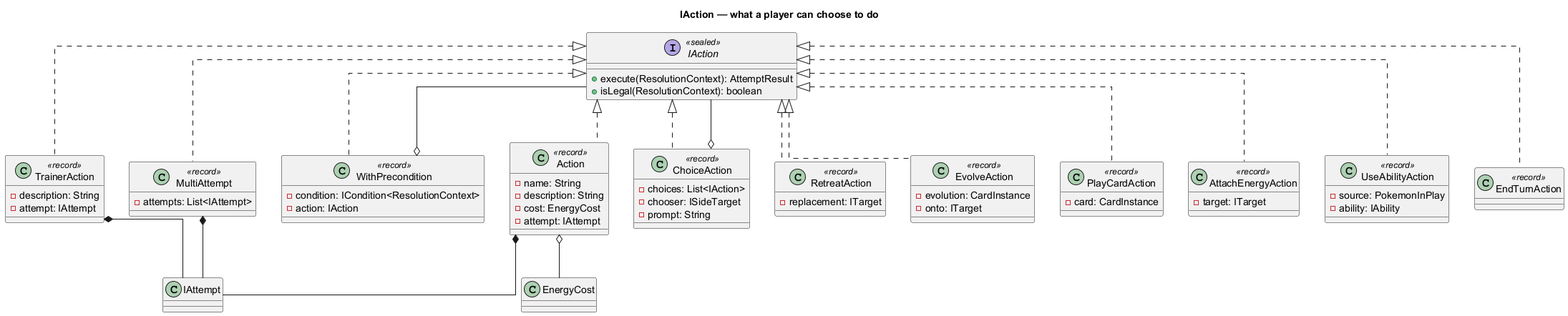
The PlantUML diagram docs/UML/Images/IAction.png in Richie-Moon/TCGPocketBattler, before a commit. Source of this version:
```plantuml
@startuml
title IAction — what a player can choose to do

skinparam linetype ortho

interface IAction <<sealed>> {
    + execute(ResolutionContext): AttemptResult
    + isLegal(ResolutionContext): boolean
}


class Action <<record>> implements IAction {
    - name: String
    - description: String
    - cost: EnergyCost
    - attempt: IAttempt
}

class TrainerAction <<record>> implements IAction {
    - description: String
    - attempt: IAttempt
}


class WithPrecondition <<record>> implements IAction {
    - condition: ICondition<ResolutionContext>
    - action: IAction
}

class MultiAttempt <<record>> implements IAction {
    - attempts: List<IAttempt>
}

class ChoiceAction <<record>> implements IAction {
    - choices: List<IAction>
    - chooser: ISideTarget
    - prompt: String
}


class RetreatAction <<record>> implements IAction {
    - replacement: ITarget
}

class EvolveAction <<record>> implements IAction {
    - evolution: CardInstance
    - onto: ITarget
}

class PlayCardAction <<record>> implements IAction {
    - card: CardInstance
}

class AttachEnergyAction <<record>> implements IAction {
    - target: ITarget
}

class UseAbilityAction <<record>> implements IAction {
    - source: PokemonInPlay
    - ability: IAbility
}

class EndTurnAction <<record>> implements IAction {}

Action *-- IAttempt
Action o-- EnergyCost
TrainerAction *-- IAttempt
WithPrecondition o-- IAction
MultiAttempt *-- IAttempt
ChoiceAction o-- IAction

@enduml
```
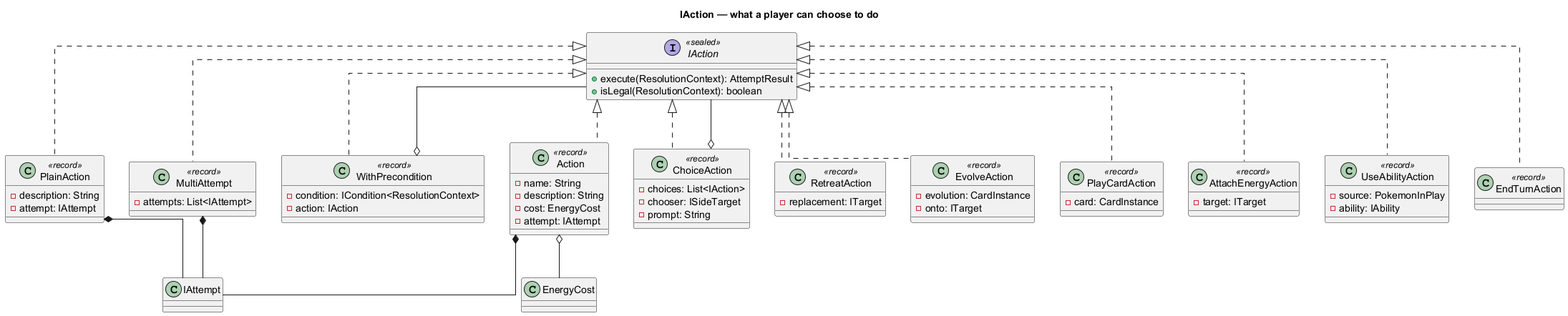
The same file after the commit.

Commit message:
refactor: Rename TrainerAction to PlainAction

Diff of the diagram source:
```diff
@@ -16,7 +16,7 @@
     - attempt: IAttempt
 }
 
-class TrainerAction <<record>> implements IAction {
+class PlainAction <<record>> implements IAction {
     - description: String
     - attempt: IAttempt
 }
@@ -64,7 +64,7 @@
 
 Action *-- IAttempt
 Action o-- EnergyCost
-TrainerAction *-- IAttempt
+PlainAction *-- IAttempt
 WithPrecondition o-- IAction
 MultiAttempt *-- IAttempt
 ChoiceAction o-- IAction
```
